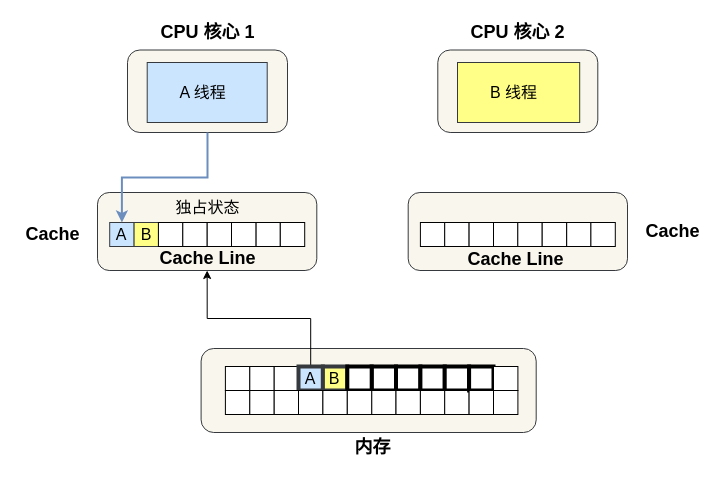
This is 操作系统/CPU伪共享/分析伪共享2.drawio from xiaolincoder/ImageHost3, a draw.io file, before an edit. Source tidied: cells renumbered, new cells numbered last; positions are measured from the earlier drawing's top-left corner, leaving out a move shared by most shapes. Both pictures are drawn from the tidied source at 100%, with x=0, y=0 at pixel (17, 17).
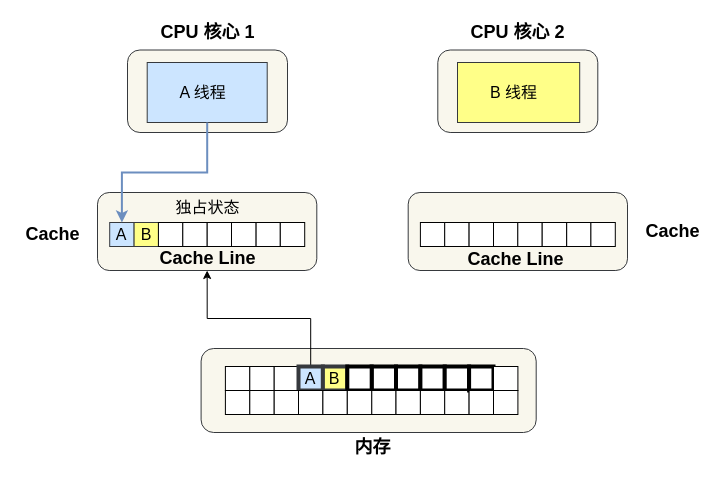
The same diagram, later.

Commit message (it also covers changes not shown here):
Update 分析伪共享2.drawio

The change refers to these unchanged cells:
```xml
<mxCell id="2" style="rounded=1;whiteSpace=wrap;html=1;shadow=0;sketch=0;strokeWidth=1;fillColor=#f9f7ed;strokeColor=#36393d;" parent="1" vertex="1">
  <mxGeometry x="110" y="32.5" width="160" height="82.5" as="geometry" />
</mxCell>
<mxCell id="3" value="&lt;font style=&quot;font-size: 16px&quot;&gt;A 线程&amp;nbsp;&amp;nbsp;&lt;/font&gt;" style="rounded=0;whiteSpace=wrap;html=1;shadow=0;sketch=0;strokeWidth=1;fillColor=#cce5ff;strokeColor=#36393d;" parent="1" vertex="1">
  <mxGeometry x="129.7" y="45" width="120" height="60" as="geometry" />
</mxCell>
<mxCell id="28" value="A" style="rounded=0;whiteSpace=wrap;html=1;fillColor=#cce5ff;strokeColor=#36393d;fontSize=16;" parent="1" vertex="1">
  <mxGeometry x="92.2" y="205" width="24.4" height="24" as="geometry" />
</mxCell>
```

What changed in the source:
```diff
@@
-    <mxCell id="54" style="edgeStyle=orthogonalEdgeStyle;rounded=0;jettySize=auto;html=1;entryX=0.5;entryY=0;entryDx=0;entryDy=0;fontSize=18;fillColor=#dae8fc;strokeColor=#6c8ebf;gradientColor=#7ea6e0;strokeWidth=2;" parent="1" edge="1" source="2" target="28">
+    <mxCell id="54" style="edgeStyle=orthogonalEdgeStyle;rounded=0;jettySize=auto;html=1;entryX=0.5;entryY=0;entryDx=0;entryDy=0;fontSize=18;fillColor=#dae8fc;strokeColor=#6c8ebf;gradientColor=#7ea6e0;strokeWidth=2;exitX=0.5;exitY=1;exitDx=0;exitDy=0;" parent="1" edge="1" source="3" target="28">
       <mxGeometry relative="1" as="geometry" />
     </mxCell>
```
